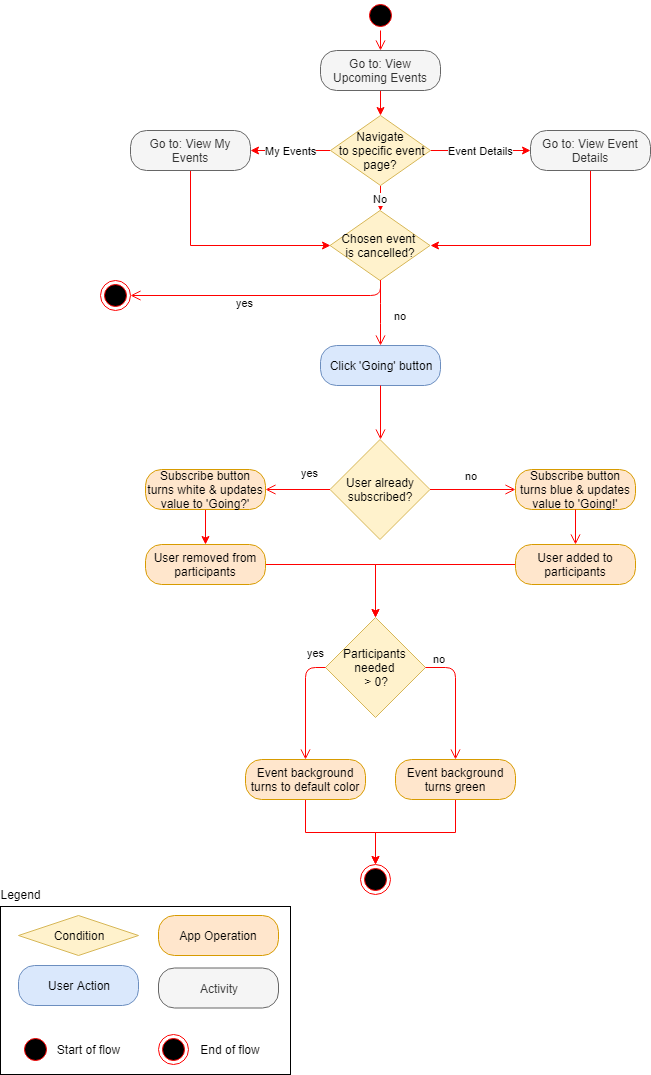
Above: Documentation/Diagrams/Activity Diagram/Screenshots/Event Tracker - Activity Diagram - (Un)Subscribe.png in Evdes/EventTracker (draw.io), before the change. Source tidied: cells renumbered, new cells last; positions are measured from the earlier drawing's top-left corner, leaving out a move shared by most shapes.
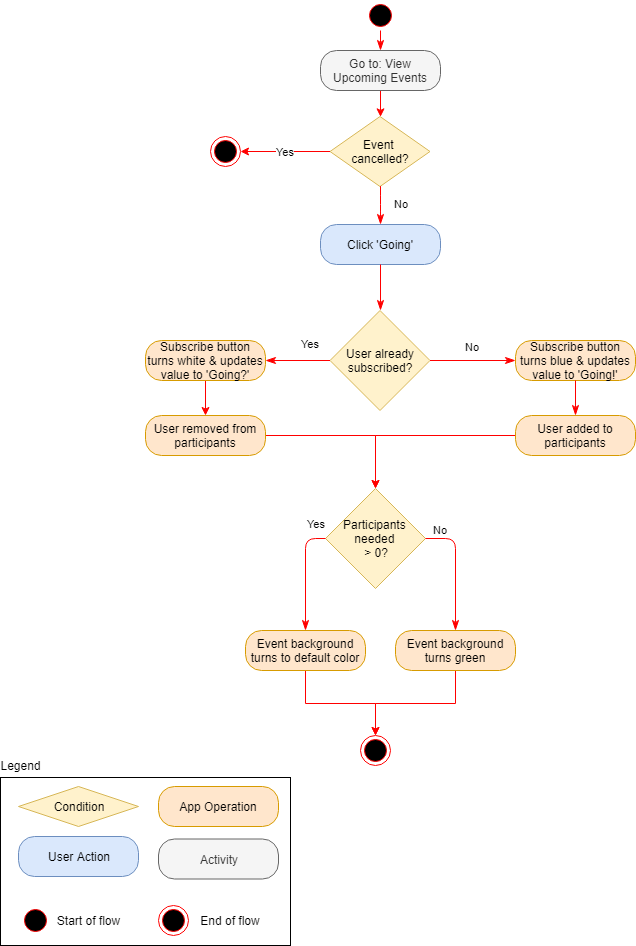
After the commit.

The edit, as a diff of the source:
```diff
@@ -3,79 +3,51 @@
     <mxCell id="0" />
     <mxCell id="1" parent="0" />
     <mxCell id="2" style="ellipse;html=1;shape=startState;fillColor=#000000;strokeColor=#ff0000;" parent="1" vertex="1">
-      <mxGeometry x="365" width="30" height="30" as="geometry" />
+      <mxGeometry x="365" y="129" width="30" height="30" as="geometry" />
     </mxCell>
-    <mxCell id="3" style="edgeStyle=orthogonalEdgeStyle;html=1;verticalAlign=bottom;endArrow=open;endSize=8;strokeColor=#ff0000;entryX=0.5;entryY=0;entryDx=0;entryDy=0;" parent="1" edge="1" source="2" target="5">
+    <mxCell id="3" style="edgeStyle=orthogonalEdgeStyle;html=1;verticalAlign=bottom;endArrow=classicThin;endSize=8;strokeColor=#ff0000;entryX=0.5;entryY=0;entryDx=0;entryDy=0;endFill=1;" parent="1" edge="1" source="2" target="5">
       <mxGeometry relative="1" as="geometry" />
     </mxCell>
-    <mxCell id="4" style="edgeStyle=orthogonalEdgeStyle;rounded=0;jettySize=auto;html=1;strokeColor=#FF0000;" parent="1" edge="1" source="5" target="21">
+    <mxCell id="4" style="edgeStyle=orthogonalEdgeStyle;rounded=0;jettySize=auto;html=1;strokeColor=#FF0000;" parent="1" edge="1" source="5" target="17">
       <mxGeometry relative="1" as="geometry" />
     </mxCell>
     <mxCell id="5" value="Go to: View Upcoming Events&lt;br&gt;" style="rounded=1;whiteSpace=wrap;html=1;arcSize=40;fontColor=#333333;fillColor=#f5f5f5;strokeColor=#666666;" parent="1" vertex="1">
-      <mxGeometry x="320" y="50" width="120" height="40" as="geometry" />
+      <mxGeometry x="320" y="179" width="120" height="40" as="geometry" />
     </mxCell>
-    <mxCell id="6" style="edgeStyle=orthogonalEdgeStyle;rounded=0;jettySize=auto;html=1;strokeColor=#FF0000;entryX=1;entryY=0.5;entryDx=0;entryDy=0;exitX=0.5;exitY=1;exitDx=0;exitDy=0;" parent="1" edge="1" source="7" target="17">
-      <mxGeometry relative="1" as="geometry" />
-    </mxCell>
-    <mxCell id="7" value="Go to: View Event Details" style="rounded=1;whiteSpace=wrap;html=1;arcSize=40;fontColor=#333333;fillColor=#f5f5f5;strokeColor=#666666;" parent="1" vertex="1">
-      <mxGeometry x="530" y="130" width="120" height="40" as="geometry" />
-    </mxCell>
-    <mxCell id="8" style="edgeStyle=orthogonalEdgeStyle;rounded=0;jettySize=auto;html=1;strokeColor=#FF0000;entryX=0;entryY=0.5;entryDx=0;entryDy=0;" parent="1" edge="1" source="9" target="17">
-      <mxGeometry relative="1" as="geometry">
-        <Array as="points">
-          <mxPoint x="190" y="245" />
-        </Array>
-      </mxGeometry>
-    </mxCell>
-    <mxCell id="9" value="Go to: View My Events" style="rounded=1;whiteSpace=wrap;html=1;arcSize=40;fontColor=#333333;fillColor=#f5f5f5;strokeColor=#666666;" parent="1" vertex="1">
-      <mxGeometry x="130" y="130" width="120" height="40" as="geometry" />
-    </mxCell>
-    <mxCell id="10" value="Click 'Going' button" style="rounded=1;whiteSpace=wrap;html=1;arcSize=40;fillColor=#dae8fc;strokeColor=#6c8ebf;" parent="1" vertex="1">
-      <mxGeometry x="320" y="345" width="120" height="40" as="geometry" />
+    <mxCell id="10" value="Click 'Going'" style="rounded=1;whiteSpace=wrap;html=1;arcSize=40;fillColor=#dae8fc;strokeColor=#6c8ebf;" parent="1" vertex="1">
+      <mxGeometry x="320" y="353" width="120" height="40" as="geometry" />
     </mxCell>
-    <mxCell id="11" style="edgeStyle=orthogonalEdgeStyle;html=1;verticalAlign=bottom;endArrow=open;endSize=8;strokeColor=#ff0000;entryX=0.5;entryY=0;entryDx=0;entryDy=0;" parent="1" edge="1" source="10" target="12">
+    <mxCell id="11" style="edgeStyle=orthogonalEdgeStyle;html=1;verticalAlign=bottom;endArrow=classicThin;endSize=8;strokeColor=#ff0000;entryX=0.5;entryY=0;entryDx=0;entryDy=0;endFill=1;" parent="1" edge="1" source="10" target="12">
       <mxGeometry relative="1" as="geometry" />
     </mxCell>
     <mxCell id="12" value="User already subscribed?" style="rhombus;whiteSpace=wrap;html=1;fillColor=#fff2cc;strokeColor=#d6b656;" parent="1" vertex="1">
       <mxGeometry x="329.5" y="439" width="100" height="100" as="geometry" />
     </mxCell>
-    <mxCell id="13" value="no" style="edgeStyle=orthogonalEdgeStyle;html=1;align=left;verticalAlign=bottom;endArrow=open;endSize=8;strokeColor=#ff0000;" parent="1" edge="1" source="12" target="15">
+    <mxCell id="13" value="No" style="edgeStyle=orthogonalEdgeStyle;html=1;align=left;verticalAlign=bottom;endArrow=classicThin;endSize=8;strokeColor=#ff0000;endFill=1;" parent="1" edge="1" source="12" target="15">
       <mxGeometry x="-0.24" y="5" relative="1" as="geometry">
         <mxPoint x="1" as="offset" />
       </mxGeometry>
     </mxCell>
-    <mxCell id="14" value="yes" style="edgeStyle=orthogonalEdgeStyle;html=1;align=left;verticalAlign=top;endArrow=open;endSize=8;strokeColor=#ff0000;entryX=1;entryY=0.5;entryDx=0;entryDy=0;" parent="1" edge="1" source="12" target="32">
+    <mxCell id="14" value="Yes" style="edgeStyle=orthogonalEdgeStyle;html=1;align=left;verticalAlign=top;endArrow=classicThin;endSize=8;strokeColor=#ff0000;entryX=1;entryY=0.5;entryDx=0;entryDy=0;endFill=1;" parent="1" edge="1" source="12" target="32">
       <mxGeometry x="-0.04" y="-29" relative="1" as="geometry" />
     </mxCell>
     <mxCell id="15" value="Subscribe button turns blue &amp;amp; updates value to 'Going!'" style="rounded=1;whiteSpace=wrap;html=1;arcSize=40;fillColor=#ffe6cc;strokeColor=#d79b00;" parent="1" vertex="1">
       <mxGeometry x="515" y="469" width="120" height="40" as="geometry" />
     </mxCell>
-    <mxCell id="16" style="edgeStyle=orthogonalEdgeStyle;html=1;verticalAlign=bottom;endArrow=open;endSize=8;strokeColor=#ff0000;exitX=0.5;exitY=1;exitDx=0;exitDy=0;entryX=0.5;entryY=0;entryDx=0;entryDy=0;" parent="1" edge="1" source="15" target="26">
+    <mxCell id="16" style="edgeStyle=orthogonalEdgeStyle;html=1;verticalAlign=bottom;endArrow=classicThin;endSize=8;strokeColor=#ff0000;exitX=0.5;exitY=1;exitDx=0;exitDy=0;entryX=0.5;entryY=0;entryDx=0;entryDy=0;endFill=1;" parent="1" edge="1" source="15" target="26">
       <mxGeometry relative="1" as="geometry" />
     </mxCell>
+    <mxCell id="23" value="Yes" style="edgeStyle=orthogonalEdgeStyle;rounded=0;jettySize=auto;html=1;strokeColor=#FF0000;entryX=1;entryY=0.5;entryDx=0;entryDy=0;" parent="1" edge="1" source="17" target="24">
+      <mxGeometry relative="1" as="geometry" />
+    </mxCell>
-    <mxCell id="17" value="Chosen event &lt;br&gt;is cancelled?" style="rhombus;whiteSpace=wrap;html=1;fillColor=#fff2cc;strokeColor=#d6b656;" parent="1" vertex="1">
-      <mxGeometry x="329.5" y="210" width="100" height="70" as="geometry" />
+    <mxCell id="17" value="Event &lt;br&gt;cancelled?" style="rhombus;whiteSpace=wrap;html=1;fillColor=#fff2cc;strokeColor=#d6b656;" parent="1" vertex="1">
+      <mxGeometry x="329.5" y="245" width="100" height="70" as="geometry" />
     </mxCell>
-    <mxCell id="18" value="Event Details" style="edgeStyle=orthogonalEdgeStyle;rounded=0;jettySize=auto;html=1;strokeColor=#FF0000;entryX=0;entryY=0.5;entryDx=0;entryDy=0;" parent="1" edge="1" source="21" target="7">
-      <mxGeometry relative="1" as="geometry" />
-    </mxCell>
-    <mxCell id="19" value="My Events" style="edgeStyle=orthogonalEdgeStyle;rounded=0;jettySize=auto;html=1;strokeColor=#FF0000;" parent="1" edge="1" source="21" target="9">
-      <mxGeometry relative="1" as="geometry" />
-    </mxCell>
-    <mxCell id="20" value="No" style="edgeStyle=orthogonalEdgeStyle;rounded=0;jettySize=auto;html=1;strokeColor=#FF0000;" parent="1" edge="1" source="21" target="17">
-      <mxGeometry relative="1" as="geometry" />
-    </mxCell>
-    <mxCell id="21" value="Navigate&lt;br&gt;&amp;nbsp;to specific event page?" style="rhombus;whiteSpace=wrap;html=1;fillColor=#fff2cc;strokeColor=#d6b656;" parent="1" vertex="1">
-      <mxGeometry x="330" y="115" width="100" height="70" as="geometry" />
-    </mxCell>
-    <mxCell id="22" value="no" style="edgeStyle=orthogonalEdgeStyle;html=1;align=left;verticalAlign=bottom;endArrow=open;endSize=8;strokeColor=#ff0000;entryX=0.5;entryY=0;entryDx=0;entryDy=0;" parent="1" edge="1" source="17" target="10">
+    <mxCell id="22" value="No" style="edgeStyle=orthogonalEdgeStyle;html=1;align=left;verticalAlign=bottom;endArrow=classicThin;endSize=8;strokeColor=#ff0000;entryX=0.5;entryY=0;entryDx=0;entryDy=0;endFill=1;" parent="1" edge="1" source="17" target="10">
       <mxGeometry x="0.34" y="12" relative="1" as="geometry" />
     </mxCell>
-    <mxCell id="23" value="yes" style="edgeStyle=orthogonalEdgeStyle;html=1;align=left;verticalAlign=top;endArrow=open;endSize=8;strokeColor=#ff0000;exitX=0.5;exitY=1;exitDx=0;exitDy=0;" parent="1" edge="1" source="17" target="24">
-      <mxGeometry x="0.22" y="-5" relative="1" as="geometry" />
-    </mxCell>
     <mxCell id="24" style="ellipse;html=1;shape=endState;fillColor=#000000;strokeColor=#ff0000;" parent="1" vertex="1">
-      <mxGeometry x="100" y="280" width="30" height="30" as="geometry" />
+      <mxGeometry x="210" y="265" width="30" height="30" as="geometry" />
     </mxCell>
     <mxCell id="25" style="edgeStyle=orthogonalEdgeStyle;rounded=0;jettySize=auto;html=1;strokeColor=#FF0000;" parent="1" edge="1" source="26" target="27">
       <mxGeometry relative="1" as="geometry" />
@@ -86,14 +58,14 @@
     <mxCell id="27" value="Participants &lt;br&gt;needed &lt;br&gt;&amp;gt; 0?" style="rhombus;whiteSpace=wrap;html=1;fillColor=#fff2cc;strokeColor=#d6b656;" parent="1" vertex="1">
       <mxGeometry x="325" y="617" width="100" height="100" as="geometry" />
     </mxCell>
-    <mxCell id="28" value="no" style="edgeStyle=orthogonalEdgeStyle;html=1;align=left;verticalAlign=bottom;endArrow=open;endSize=8;strokeColor=#ff0000;entryX=0.5;entryY=0;entryDx=0;entryDy=0;exitX=1;exitY=0.5;exitDx=0;exitDy=0;" parent="1" edge="1" source="27" target="36">
+    <mxCell id="28" value="No" style="edgeStyle=orthogonalEdgeStyle;html=1;align=left;verticalAlign=bottom;endArrow=classicThin;endSize=8;strokeColor=#ff0000;entryX=0.5;entryY=0;entryDx=0;entryDy=0;exitX=1;exitY=0.5;exitDx=0;exitDy=0;endFill=1;" parent="1" edge="1" source="27" target="36">
       <mxGeometry x="-0.9" relative="1" as="geometry">
         <Array as="points">
           <mxPoint x="455" y="667" />
         </Array>
       </mxGeometry>
     </mxCell>
-    <mxCell id="29" value="yes" style="edgeStyle=orthogonalEdgeStyle;html=1;align=left;verticalAlign=top;endArrow=open;endSize=8;strokeColor=#ff0000;entryX=0.5;entryY=0;entryDx=0;entryDy=0;exitX=0;exitY=0.5;exitDx=0;exitDy=0;" parent="1" edge="1" source="27">
+    <mxCell id="29" value="Yes" style="edgeStyle=orthogonalEdgeStyle;html=1;align=left;verticalAlign=top;endArrow=classicThin;endSize=8;strokeColor=#ff0000;entryX=0.5;entryY=0;entryDx=0;entryDy=0;exitX=0;exitY=0.5;exitDx=0;exitDy=0;endFill=1;" parent="1" edge="1" source="27">
       <mxGeometry x="-0.64" y="-27" relative="1" as="geometry">
         <mxPoint x="305" y="759" as="targetPoint" />
         <mxPoint x="27" y="-27" as="offset" />
```
